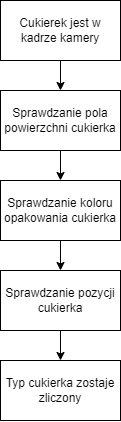
olekgolus11/candy-classifier keeps this draw.io diagram as diagramMetody.png. Above is the earlier version. Source tidied: cells renumbered, new cells last; positions are measured from the earlier drawing's top-left corner, leaving out a move shared by most shapes. Its diagram source:
```xml
<mxGraphModel>
  <root>
    <mxCell id="0" />
    <mxCell id="1" parent="0" />
    <mxCell id="2" style="edgeStyle=orthogonalEdgeStyle;rounded=0;jettySize=auto;html=1;" parent="1" edge="1" source="3" target="5">
      <mxGeometry relative="1" as="geometry" />
    </mxCell>
    <mxCell id="3" value="Cukierek jest w kadrze kamery" style="whiteSpace=wrap;html=1;" parent="1" vertex="1">
      <mxGeometry width="120" height="60" as="geometry" />
    </mxCell>
    <mxCell id="4" style="edgeStyle=orthogonalEdgeStyle;rounded=0;jettySize=auto;html=1;" parent="1" edge="1" source="5" target="7">
      <mxGeometry relative="1" as="geometry" />
    </mxCell>
    <mxCell id="5" value="Sprawdzanie pola powierzchni cukierka" style="whiteSpace=wrap;html=1;" parent="1" vertex="1">
      <mxGeometry y="90" width="120" height="60" as="geometry" />
    </mxCell>
    <mxCell id="6" style="edgeStyle=orthogonalEdgeStyle;rounded=0;jettySize=auto;html=1;" parent="1" edge="1" source="7" target="9">
      <mxGeometry relative="1" as="geometry" />
    </mxCell>
    <mxCell id="7" value="Sprawdzanie koloru opakowania cukierka" style="whiteSpace=wrap;html=1;" parent="1" vertex="1">
      <mxGeometry y="180" width="120" height="60" as="geometry" />
    </mxCell>
    <mxCell id="8" style="edgeStyle=orthogonalEdgeStyle;rounded=0;jettySize=auto;html=1;" parent="1" edge="1" source="9" target="10">
      <mxGeometry relative="1" as="geometry" />
    </mxCell>
    <mxCell id="9" value="Sprawdzanie pozycji cukierka" style="whiteSpace=wrap;html=1;" parent="1" vertex="1">
      <mxGeometry y="270" width="120" height="60" as="geometry" />
    </mxCell>
    <mxCell id="10" value="Typ cukierka zostaje zliczony" style="whiteSpace=wrap;html=1;" parent="1" vertex="1">
      <mxGeometry y="360" width="120" height="60" as="geometry" />
    </mxCell>
  </root>
</mxGraphModel>
```
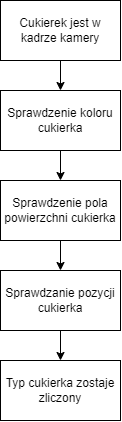
The same file after the commit.

Commit message:
Fix wstep and opis metody

What changed in the source:
```diff
@@ -2,25 +2,25 @@
   <root>
     <mxCell id="0" />
     <mxCell id="1" parent="0" />
-    <mxCell id="2" style="edgeStyle=orthogonalEdgeStyle;rounded=0;jettySize=auto;html=1;" parent="1" edge="1" source="3" target="5">
-      <mxGeometry relative="1" as="geometry" />
-    </mxCell>
+    <mxCell id="11" style="edgeStyle=orthogonalEdgeStyle;rounded=0;jettySize=auto;html=1;" parent="1" edge="1" source="3" target="13">
+      <mxGeometry relative="1" as="geometry" />
+    </mxCell>
     <mxCell id="3" value="Cukierek jest w kadrze kamery" style="whiteSpace=wrap;html=1;" parent="1" vertex="1">
       <mxGeometry width="120" height="60" as="geometry" />
     </mxCell>
-    <mxCell id="4" style="edgeStyle=orthogonalEdgeStyle;rounded=0;jettySize=auto;html=1;" parent="1" edge="1" source="5" target="7">
-      <mxGeometry relative="1" as="geometry" />
-    </mxCell>
-    <mxCell id="5" value="Sprawdzanie pola powierzchni cukierka" style="whiteSpace=wrap;html=1;" parent="1" vertex="1">
-      <mxGeometry y="90" width="120" height="60" as="geometry" />
-    </mxCell>
-    <mxCell id="6" style="edgeStyle=orthogonalEdgeStyle;rounded=0;jettySize=auto;html=1;" parent="1" edge="1" source="7" target="9">
-      <mxGeometry relative="1" as="geometry" />
-    </mxCell>
-    <mxCell id="7" value="Sprawdzanie koloru opakowania cukierka" style="whiteSpace=wrap;html=1;" parent="1" vertex="1">
-      <mxGeometry y="180" width="120" height="60" as="geometry" />
-    </mxCell>
+    <mxCell id="12" style="edgeStyle=orthogonalEdgeStyle;rounded=0;jettySize=auto;html=1;" parent="1" edge="1" source="13" target="15">
+      <mxGeometry relative="1" as="geometry" />
+    </mxCell>
+    <mxCell id="13" value="Sprawdzenie koloru cukierka" style="whiteSpace=wrap;html=1;" parent="1" vertex="1">
+      <mxGeometry y="90" width="120" height="60" as="geometry" />
+    </mxCell>
+    <mxCell id="14" style="edgeStyle=orthogonalEdgeStyle;rounded=0;jettySize=auto;html=1;entryX=0.5;entryY=0;entryDx=0;entryDy=0;" parent="1" edge="1" source="15" target="9">
+      <mxGeometry relative="1" as="geometry" />
+    </mxCell>
+    <mxCell id="15" value="Sprawdzenie pola powierzchni cukierka" style="whiteSpace=wrap;html=1;" parent="1" vertex="1">
+      <mxGeometry y="180" width="120" height="60" as="geometry" />
+    </mxCell>
-    <mxCell id="8" style="edgeStyle=orthogonalEdgeStyle;rounded=0;jettySize=auto;html=1;" parent="1" edge="1" source="9" target="10">
+    <mxCell id="8" style="edgeStyle=orthogonalEdgeStyle;rounded=0;jettySize=auto;html=1;entryX=0.5;entryY=0;entryDx=0;entryDy=0;" parent="1" edge="1" source="9" target="10">
       <mxGeometry relative="1" as="geometry" />
     </mxCell>
     <mxCell id="9" value="Sprawdzanie pozycji cukierka" style="whiteSpace=wrap;html=1;" parent="1" vertex="1">
```
